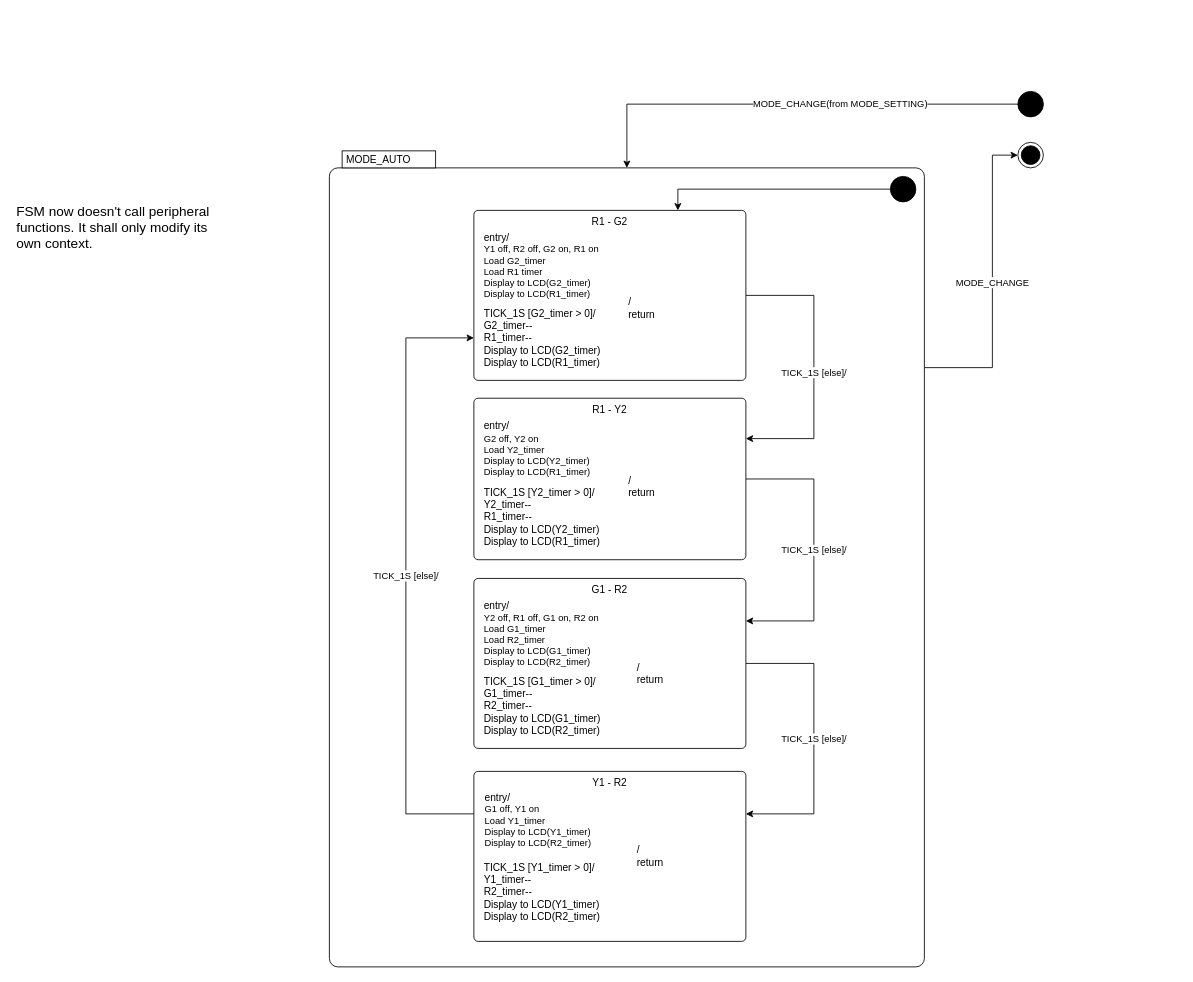
The draw.io diagram page "fsm_auto_uml" (4 of 7) of Drafts/traffic_fsm.drawio in trananhtuhcmut/traffic_light_mcmp-assignment, before the edit. Source tidied: cells renumbered, new cells numbered last; positions are measured from the earlier drawing's top-left corner, leaving out a move shared by most shapes. Both pictures are drawn from the tidied source at 85%, with x=0, y=0 at pixel (14, 91).
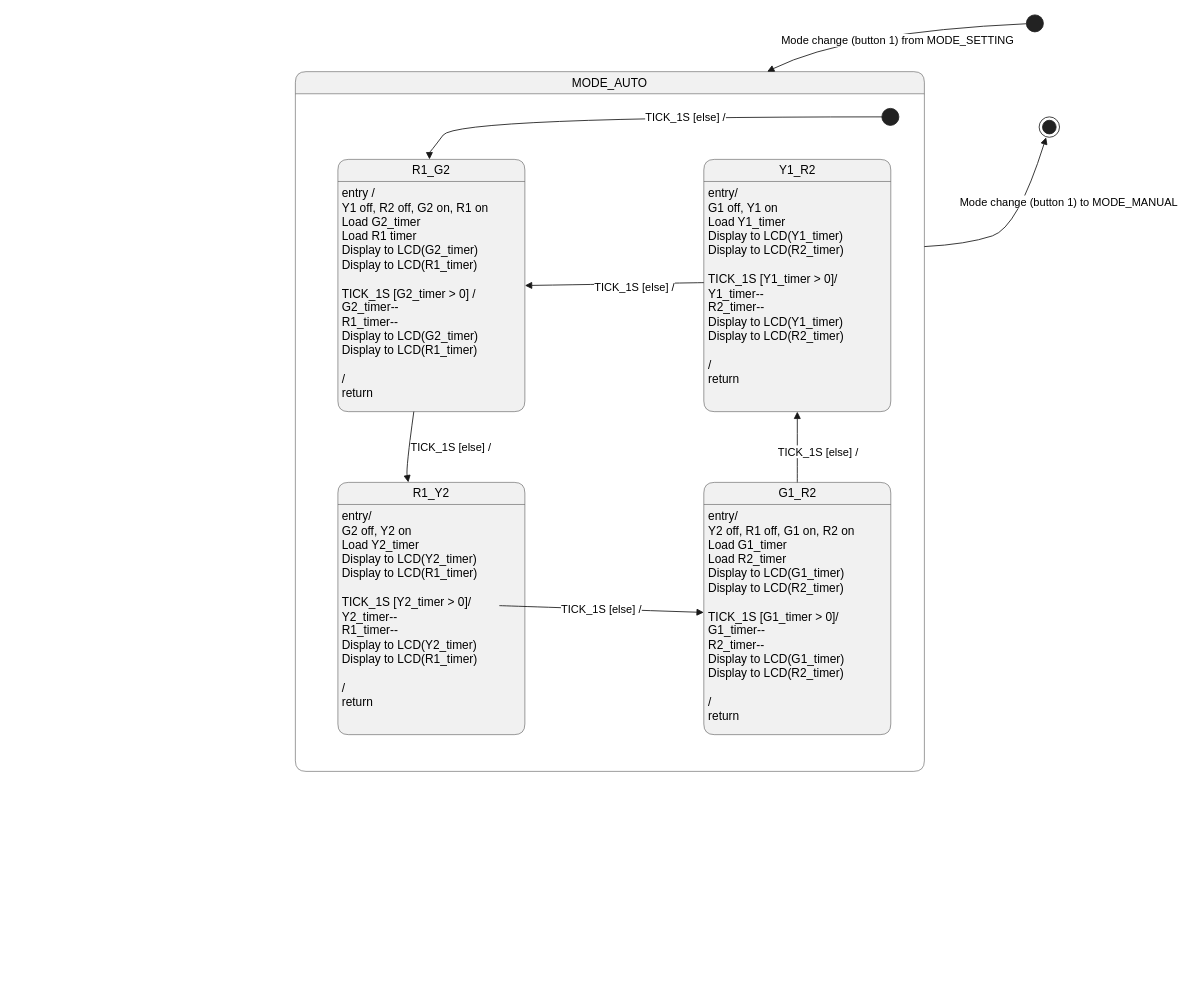
Above is the later version.

The edit, as a diff of the source:
```diff
@@
-    <mxCell id="2" value="MODE_CHANGE" style="edgeStyle=orthogonalEdgeStyle;rounded=0;jettySize=auto;html=1;exitX=1;exitY=0.25;exitDx=0;exitDy=15;exitPerimeter=0;entryX=0;entryY=0.5;entryDx=0;entryDy=0;defaultLabelBackgroundColor=page;" parent="1" edge="1" source="3" target="12">
-      <mxGeometry relative="1" as="geometry">
-        <Array as="points">
-          <mxPoint x="1150" y="325" />
-          <mxPoint x="1150" y="75" />
-        </Array>
-      </mxGeometry>
-    </mxCell>
+    <mxCell id="34" style="group;transparentBounds=1;editIcon=1;lockedGroup=0;groupPadding=10 159 10 10;" parent="1" vertex="1">
+      <mxGeometry x="360" y="20" as="geometry" />
+    </mxCell>
+    <mxCell id="35" style="ellipse;fillColor=#222222;strokeColor=#222222;" parent="34" vertex="1">
+      <mxGeometry x="830" y="-110" width="20" height="20" as="geometry" />
+    </mxCell>
-    <mxCell id="3" value="MODE_AUTO" style="shape=mxgraph.sysml.compState;html=1;align=left;verticalAlign=top;spacingTop=-3;spacingLeft=18;" parent="1" vertex="1">
-      <mxGeometry x="370" y="70" width="700" height="960" as="geometry" />
+    <mxCell id="3" value="MODE_AUTO" style="swimlane;startSize=26;fillColor=#F1F1F1;swimlaneFillColor=#FFFFFF;strokeColor=#181818;strokeWidth=0.5;rounded=1;absoluteArcSize=1;arcSize=25;whiteSpace=wrap;align=center;html=1;fontSize=14;fontStyle=0;" parent="34" vertex="1">
+      <mxGeometry x="-30" y="-43.2" width="740" height="823.2" as="geometry" />
     </mxCell>
-    <mxCell id="4" style="ellipse;fillColor=strokeColor;html=1;" parent="1" vertex="1">
-      <mxGeometry x="1030" y="100" width="30" height="30" as="geometry" />
-    </mxCell>
-    <mxCell id="5" style="edgeStyle=orthogonalEdgeStyle;rounded=0;jettySize=auto;html=1;exitX=0;exitY=0.5;exitDx=0;exitDy=0;entryX=0.75;entryY=0;entryDx=0;entryDy=0;defaultLabelBackgroundColor=page;align=left;" parent="1" edge="1" source="4" target="14">
-      <mxGeometry x="0.57" y="-15" relative="1" as="geometry" />
-    </mxCell>
-    <mxCell id="6" value="TICK_1S [else]/" style="edgeStyle=orthogonalEdgeStyle;rounded=0;jettySize=auto;html=1;exitX=1;exitY=0.5;exitDx=0;exitDy=0;entryX=1;entryY=0.25;entryDx=0;entryDy=0;defaultLabelBackgroundColor=page;" parent="1" edge="1" source="14" target="19">
-      <mxGeometry x="0.04" relative="1" as="geometry">
-        <Array as="points">
-          <mxPoint x="940" y="240" />
-          <mxPoint x="940" y="408.3" />
-        </Array>
-      </mxGeometry>
-    </mxCell>
-    <mxCell id="7" value="TICK_1S [else]/" style="edgeStyle=orthogonalEdgeStyle;rounded=0;jettySize=auto;html=1;exitX=1;exitY=0.5;exitDx=0;exitDy=0;entryX=1;entryY=0.25;entryDx=0;entryDy=0;defaultLabelBackgroundColor=page;" parent="1" edge="1" source="19" target="24">
-      <mxGeometry relative="1" as="geometry">
-        <Array as="points">
-          <mxPoint x="940" y="456" />
-          <mxPoint x="940" y="623" />
-        </Array>
-      </mxGeometry>
-    </mxCell>
-    <mxCell id="8" value="TICK_1S [else]/" style="edgeStyle=orthogonalEdgeStyle;rounded=0;jettySize=auto;html=1;exitX=1;exitY=0.5;exitDx=0;exitDy=0;entryX=1;entryY=0.25;entryDx=0;entryDy=0;defaultLabelBackgroundColor=page;" parent="1" edge="1" source="24" target="29">
-      <mxGeometry relative="1" as="geometry">
-        <Array as="points">
-          <mxPoint x="940" y="673" />
-          <mxPoint x="940" y="850" />
-        </Array>
-      </mxGeometry>
-    </mxCell>
-    <mxCell id="9" value="TICK_1S [else]/" style="edgeStyle=orthogonalEdgeStyle;rounded=0;jettySize=auto;html=1;exitX=0;exitY=0.25;exitDx=0;exitDy=0;entryX=0;entryY=0.75;entryDx=0;entryDy=0;defaultLabelBackgroundColor=page;" parent="1" edge="1" source="29" target="14">
-      <mxGeometry relative="1" as="geometry">
-        <Array as="points">
-          <mxPoint x="460" y="850" />
-          <mxPoint x="460" y="290" />
-        </Array>
-      </mxGeometry>
-    </mxCell>
-    <mxCell id="10" style="ellipse;fillColor=strokeColor;html=1;" parent="1" vertex="1">
-      <mxGeometry x="1180" width="30" height="30" as="geometry" />
-    </mxCell>
-    <mxCell id="11" value="&lt;span style=&quot;text-align: left;&quot;&gt;MODE_CHANGE(from MODE_SETTING)&lt;/span&gt;" style="edgeStyle=orthogonalEdgeStyle;rounded=0;jettySize=auto;html=1;entryX=0.5;entryY=0;entryDx=0;entryDy=20;entryPerimeter=0;defaultLabelBackgroundColor=page;" parent="1" edge="1" source="10" target="3">
-      <mxGeometry x="-0.22" relative="1" as="geometry" />
-    </mxCell>
-    <mxCell id="12" style="ellipse;html=1;shape=endState;fillColor=strokeColor;" parent="1" vertex="1">
-      <mxGeometry x="1180" y="60" width="30" height="30" as="geometry" />
-    </mxCell>
-    <mxCell id="13" style="group;" parent="1" vertex="1">
-      <mxGeometry x="540" y="140" width="320" height="200" as="geometry" />
-    </mxCell>
-    <mxCell id="14" value="R1 - G2" style="html=1;align=center;verticalAlign=top;rounded=1;absoluteArcSize=1;arcSize=10;dashed=0;whiteSpace=wrap;" parent="13" vertex="1">
-      <mxGeometry width="320" height="200" as="geometry" />
-    </mxCell>
-    <mxCell id="15" value="TICK_1S [G2_timer &amp;gt; 0]/&lt;div&gt;G2_timer--&lt;/div&gt;&lt;div&gt;R1_timer--&lt;/div&gt;&lt;div&gt;Display to LCD(G2_timer)&lt;/div&gt;&lt;div&gt;Display to LCD(R1_timer)&lt;/div&gt;" style="text;html=1;whiteSpace=wrap;strokeColor=none;fillColor=none;align=left;verticalAlign=middle;rounded=0;" parent="13" vertex="1">
-      <mxGeometry x="10" y="110" width="150" height="80" as="geometry" />
-    </mxCell>
-    <mxCell id="16" value="entry/&lt;div&gt;&lt;div style=&quot;font-size: 11px; white-space: nowrap;&quot;&gt;Y1 off, R2 off, G2 on, R1 on&lt;/div&gt;&lt;div style=&quot;font-size: 11px; white-space: nowrap;&quot;&gt;Load G2_timer&lt;/div&gt;&lt;div style=&quot;font-size: 11px; white-space: nowrap;&quot;&gt;Load R1 timer&lt;/div&gt;&lt;div style=&quot;font-size: 11px; white-space: nowrap;&quot;&gt;Display to LCD(G2_timer)&lt;/div&gt;&lt;div style=&quot;font-size: 11px; white-space: nowrap;&quot;&gt;Display to LCD(R1_timer)&lt;/div&gt;&lt;/div&gt;" style="text;html=1;whiteSpace=wrap;strokeColor=none;fillColor=none;align=left;verticalAlign=middle;rounded=0;" parent="13" vertex="1">
-      <mxGeometry x="10" y="20" width="130" height="90" as="geometry" />
-    </mxCell>
-    <mxCell id="17" value="/&lt;div&gt;return&lt;/div&gt;" style="text;html=1;whiteSpace=wrap;strokeColor=none;fillColor=none;align=left;verticalAlign=middle;rounded=0;" parent="13" vertex="1">
-      <mxGeometry x="180" y="100" width="60" height="30" as="geometry" />
-    </mxCell>
-    <mxCell id="18" style="group;" parent="1" vertex="1">
-      <mxGeometry x="540" y="361" width="320" height="190" as="geometry" />
-    </mxCell>
-    <mxCell id="19" value="R1 - Y2" style="html=1;align=center;verticalAlign=top;rounded=1;absoluteArcSize=1;arcSize=10;dashed=0;whiteSpace=wrap;" parent="18" vertex="1">
-      <mxGeometry width="320" height="190" as="geometry" />
-    </mxCell>
-    <mxCell id="20" value="TICK_1S [Y2_timer &amp;gt; 0]/&lt;div&gt;Y2_timer--&lt;/div&gt;&lt;div&gt;R1_timer--&lt;/div&gt;&lt;div&gt;Display to LCD(Y2_timer)&lt;/div&gt;&lt;div&gt;Display to LCD(R1_timer)&lt;/div&gt;" style="text;html=1;whiteSpace=wrap;strokeColor=none;fillColor=none;align=left;verticalAlign=middle;rounded=0;" parent="18" vertex="1">
-      <mxGeometry x="10" y="100" width="150" height="80" as="geometry" />
-    </mxCell>
-    <mxCell id="21" value="entry/&lt;div&gt;&lt;span style=&quot;font-size: 11px; white-space: nowrap; background-color: transparent; color: light-dark(#000000, var(--ge-light-color, #ffffff));&quot;&gt;G2 off, Y2 on&lt;/span&gt;&lt;div style=&quot;font-size: 11px; white-space: nowrap;&quot;&gt;Load Y2_timer&lt;/div&gt;&lt;div style=&quot;font-size: 11px; white-space: nowrap;&quot;&gt;Display to LCD(Y2_timer)&lt;/div&gt;&lt;div style=&quot;font-size: 11px; white-space: nowrap;&quot;&gt;Display to LCD(R1_timer)&lt;/div&gt;&lt;/div&gt;" style="text;html=1;whiteSpace=wrap;strokeColor=none;fillColor=none;align=left;verticalAlign=middle;rounded=0;" parent="18" vertex="1">
-      <mxGeometry x="10" y="20" width="130" height="80" as="geometry" />
-    </mxCell>
-    <mxCell id="22" value="/&lt;div&gt;return&lt;/div&gt;" style="text;html=1;whiteSpace=wrap;strokeColor=none;fillColor=none;align=left;verticalAlign=middle;rounded=0;" parent="18" vertex="1">
-      <mxGeometry x="180" y="89" width="60" height="30" as="geometry" />
-    </mxCell>
-    <mxCell id="23" style="group;" parent="1" vertex="1">
-      <mxGeometry x="540" y="573" width="320" height="200" as="geometry" />
-    </mxCell>
-    <mxCell id="24" value="G1 - R2" style="html=1;align=center;verticalAlign=top;rounded=1;absoluteArcSize=1;arcSize=10;dashed=0;whiteSpace=wrap;" parent="23" vertex="1">
-      <mxGeometry width="320" height="200" as="geometry" />
-    </mxCell>
-    <mxCell id="25" value="TICK_1S [G1_timer &amp;gt; 0]/&lt;div&gt;G1_timer--&lt;/div&gt;&lt;div&gt;R2_timer--&lt;/div&gt;&lt;div&gt;Display to LCD(G1_timer)&lt;/div&gt;&lt;div&gt;Display to LCD(R2_timer)&lt;/div&gt;" style="text;html=1;whiteSpace=wrap;strokeColor=none;fillColor=none;align=left;verticalAlign=middle;rounded=0;" parent="23" vertex="1">
-      <mxGeometry x="10" y="105" width="150" height="90" as="geometry" />
-    </mxCell>
-    <mxCell id="26" value="entry/&lt;div&gt;&lt;div style=&quot;font-size: 11px; white-space: nowrap;&quot;&gt;Y2 off, R1 off, G1 on, R2 on&lt;/div&gt;&lt;div style=&quot;font-size: 11px; white-space: nowrap;&quot;&gt;Load G1_timer&lt;/div&gt;&lt;div style=&quot;font-size: 11px; white-space: nowrap;&quot;&gt;Load R2_timer&lt;/div&gt;&lt;div style=&quot;font-size: 11px; white-space: nowrap;&quot;&gt;Display to LCD(G1_timer)&lt;/div&gt;&lt;div style=&quot;font-size: 11px; white-space: nowrap;&quot;&gt;Display to LCD(R2_timer)&lt;/div&gt;&lt;/div&gt;" style="text;html=1;whiteSpace=wrap;strokeColor=none;fillColor=none;align=left;verticalAlign=middle;rounded=0;" parent="23" vertex="1">
-      <mxGeometry x="10" y="25" width="130" height="80" as="geometry" />
-    </mxCell>
-    <mxCell id="27" value="/&lt;div&gt;return&lt;/div&gt;" style="text;html=1;whiteSpace=wrap;strokeColor=none;fillColor=none;align=left;verticalAlign=middle;rounded=0;" parent="23" vertex="1">
-      <mxGeometry x="190" y="97" width="60" height="30" as="geometry" />
-    </mxCell>
-    <mxCell id="28" style="group;" parent="1" vertex="1">
-      <mxGeometry x="540" y="800" width="320" height="200" as="geometry" />
-    </mxCell>
-    <mxCell id="29" value="Y1 - R2" style="html=1;align=center;verticalAlign=top;rounded=1;absoluteArcSize=1;arcSize=10;dashed=0;whiteSpace=wrap;" parent="28" vertex="1">
-      <mxGeometry width="320" height="200" as="geometry" />
-    </mxCell>
-    <mxCell id="30" value="TICK_1S [Y1_timer &amp;gt; 0]/&lt;div&gt;Y1_timer--&lt;/div&gt;&lt;div&gt;R2_timer--&lt;/div&gt;&lt;div&gt;Display to LCD(Y1_timer)&lt;/div&gt;&lt;div&gt;Display to LCD(R2_timer)&lt;/div&gt;" style="text;html=1;whiteSpace=wrap;strokeColor=none;fillColor=none;align=left;verticalAlign=middle;rounded=0;" parent="28" vertex="1">
-      <mxGeometry x="10" y="97" width="150" height="90" as="geometry" />
-    </mxCell>
-    <mxCell id="31" value="entry/&lt;div&gt;&lt;div style=&quot;font-size: 11px; white-space: nowrap;&quot;&gt;G1 off, Y1 on&lt;/div&gt;&lt;div style=&quot;font-size: 11px; white-space: nowrap;&quot;&gt;Load Y1_timer&lt;/div&gt;&lt;div style=&quot;font-size: 11px; white-space: nowrap;&quot;&gt;Display to LCD(Y1_timer)&lt;/div&gt;&lt;div style=&quot;font-size: 11px; white-space: nowrap;&quot;&gt;Display to LCD(R2_timer)&lt;/div&gt;&lt;/div&gt;" style="text;html=1;whiteSpace=wrap;strokeColor=none;fillColor=none;align=left;verticalAlign=middle;rounded=0;" parent="28" vertex="1">
-      <mxGeometry x="11" y="17" width="130" height="80" as="geometry" />
-    </mxCell>
-    <mxCell id="32" value="/&lt;div&gt;return&lt;/div&gt;" style="text;html=1;whiteSpace=wrap;strokeColor=none;fillColor=none;align=left;verticalAlign=middle;rounded=0;" parent="28" vertex="1">
-      <mxGeometry x="190" y="85" width="60" height="30" as="geometry" />
-    </mxCell>
-    <mxCell id="33" value="FSM now doesn't call peripheral functions. It shall only modify its own context." style="text;html=1;whiteSpace=wrap;strokeColor=none;fillColor=none;align=left;verticalAlign=middle;rounded=0;fontSize=16;" parent="1" vertex="1">
-      <mxGeometry y="100" width="250" height="120" as="geometry" />
-    </mxCell>
+    <mxCell id="36" style="ellipse;fillColor=#222222;strokeColor=#222222;" parent="3" vertex="1">
+      <mxGeometry x="690" y="43.2" width="20" height="20" as="geometry" />
+    </mxCell>
+    <mxCell id="37" value="R1_G2" style="swimlane;startSize=26;whiteSpace=wrap;align=center;html=1;fontSize=14;fontStyle=0;rounded=1;absoluteArcSize=1;arcSize=25;fillColor=#F1F1F1;swimlaneFillColor=#F1F1F1;strokeColor=#181818;strokeWidth=0.5;" parent="3" vertex="1">
+      <mxGeometry x="50" y="103.2" width="220" height="296.8" as="geometry" />
+    </mxCell>
+    <mxCell id="38" value="entry /&#10;Y1 off, R2 off, G2 on, R1 on&#10;Load G2_timer&#10;Load R1 timer&#10;Display to LCD(G2_timer)&#10;Display to LCD(R1_timer)&#10;&#10;TICK_1S [G2_timer &amp;gt; 0] /&#10;G2_timer--&#10;R1_timer--&#10;Display to LCD(G2_timer)&#10;Display to LCD(R1_timer)&#10;&#10;/&#10;return" style="text;align=left;verticalAlign=top;spacingLeft=3;spacingTop=-1;whiteSpace=wrap;fillColor=none;strokeColor=none;html=1;fontSize=14;" parent="37" vertex="1">
+      <mxGeometry y="26" width="209" height="254" as="geometry" />
+    </mxCell>
+    <mxCell id="39" value="R1_Y2" style="swimlane;startSize=26;whiteSpace=wrap;align=center;html=1;fontSize=14;fontStyle=0;rounded=1;absoluteArcSize=1;arcSize=25;fillColor=#F1F1F1;swimlaneFillColor=#F1F1F1;strokeColor=#181818;strokeWidth=0.5;" parent="3" vertex="1">
+      <mxGeometry x="50" y="483.2" width="220" height="296.8" as="geometry" />
+    </mxCell>
+    <mxCell id="40" value="entry/&#10;G2 off, Y2 on&#10;Load Y2_timer&#10;Display to LCD(Y2_timer)&#10;Display to LCD(R1_timer)&#10;&#10;TICK_1S [Y2_timer &amp;gt; 0]/&#10;Y2_timer--&#10;R1_timer--&#10;Display to LCD(Y2_timer)&#10;Display to LCD(R1_timer)&#10;&#10;/&#10;return" style="text;align=left;verticalAlign=top;spacingLeft=3;spacingTop=-1;whiteSpace=wrap;fillColor=none;strokeColor=none;html=1;fontSize=14;" parent="39" vertex="1">
+      <mxGeometry y="26" width="190" height="238" as="geometry" />
+    </mxCell>
+    <mxCell id="41" value="G1_R2" style="swimlane;startSize=26;whiteSpace=wrap;align=center;html=1;fontSize=14;fontStyle=0;rounded=1;absoluteArcSize=1;arcSize=25;fillColor=#F1F1F1;swimlaneFillColor=#F1F1F1;strokeColor=#181818;strokeWidth=0.5;" parent="3" vertex="1">
+      <mxGeometry x="480.5" y="483.2" width="220" height="296.8" as="geometry" />
+    </mxCell>
+    <mxCell id="42" value="entry/&#10;Y2 off, R1 off, G1 on, R2 on&#10;Load G1_timer&#10;Load R2_timer&#10;Display to LCD(G1_timer)&#10;Display to LCD(R2_timer)&#10;&#10;TICK_1S [G1_timer &amp;gt; 0]/&#10;G1_timer--&#10;R2_timer--&#10;Display to LCD(G1_timer)&#10;Display to LCD(R2_timer)&#10;&#10;/&#10;return" style="text;align=left;verticalAlign=top;spacingLeft=3;spacingTop=-1;whiteSpace=wrap;fillColor=none;strokeColor=none;html=1;fontSize=14;" parent="41" vertex="1">
+      <mxGeometry y="26" width="209" height="254" as="geometry" />
+    </mxCell>
+    <mxCell id="43" value="Y1_R2" style="swimlane;startSize=26;whiteSpace=wrap;align=center;html=1;fontSize=14;fontStyle=0;rounded=1;absoluteArcSize=1;arcSize=25;fillColor=#F1F1F1;swimlaneFillColor=#F1F1F1;strokeColor=#181818;strokeWidth=0.5;" parent="3" vertex="1">
+      <mxGeometry x="480.5" y="103.2" width="220" height="296.8" as="geometry" />
+    </mxCell>
+    <mxCell id="44" value="entry/&#10;G1 off, Y1 on&#10;Load Y1_timer&#10;Display to LCD(Y1_timer)&#10;Display to LCD(R2_timer)&#10;&#10;TICK_1S [Y1_timer &amp;gt; 0]/&#10;Y1_timer--&#10;R2_timer--&#10;Display to LCD(Y1_timer)&#10;Display to LCD(R2_timer)&#10;&#10;/&#10;return" style="text;align=left;verticalAlign=top;spacingLeft=3;spacingTop=-1;whiteSpace=wrap;fillColor=none;strokeColor=none;html=1;fontSize=14;" parent="43" vertex="1">
+      <mxGeometry y="26" width="190" height="238" as="geometry" />
+    </mxCell>
+    <mxCell id="45" value="TICK_1S [else] /" style="endArrow=block;endFill=1;strokeColor=#181818;fontColor=#000000;fontSize=13;html=1;rounded=0;labelPosition=right;align=left;curved=1;endSize=6;sourcePerimeterSpacing=0;targetPerimeterSpacing=0;" parent="3" edge="1" source="36" target="37">
+      <mxGeometry relative="1" as="geometry">
+        <Array as="points">
+          <mxPoint x="190" y="53.2" />
+          <mxPoint x="157.7" y="96" />
+        </Array>
+      </mxGeometry>
+    </mxCell>
+    <mxCell id="46" value="TICK_1S [else] /" style="endArrow=block;endFill=1;strokeColor=#181818;fontColor=#000000;fontSize=13;html=1;rounded=0;labelPosition=right;align=left;curved=1;endSize=6;sourcePerimeterSpacing=0;targetPerimeterSpacing=0;" parent="3" edge="1" source="37" target="39">
+      <mxGeometry relative="1" as="geometry">
+        <Array as="points">
+          <mxPoint x="130" y="467.2" />
+        </Array>
+      </mxGeometry>
+    </mxCell>
+    <mxCell id="47" value="TICK_1S [else] /" style="endArrow=block;endFill=1;strokeColor=#181818;fontColor=#000000;fontSize=13;html=1;rounded=0;labelPosition=right;align=left;curved=1;endSize=6;sourcePerimeterSpacing=0;targetPerimeterSpacing=0;exitX=0;exitY=0.5;exitDx=0;exitDy=0;entryX=1;entryY=0.5;entryDx=0;entryDy=0;" parent="3" edge="1" source="44" target="37">
+      <mxGeometry x="0.24" y="3" relative="1" as="geometry" />
+    </mxCell>
+    <mxCell id="48" value="TICK_1S [else] /" style="endArrow=block;endFill=1;strokeColor=#181818;fontColor=#000000;fontSize=13;html=1;rounded=0;labelPosition=right;align=left;curved=1;endSize=6;sourcePerimeterSpacing=0;targetPerimeterSpacing=0;exitX=1;exitY=0.5;exitDx=0;exitDy=0;entryX=0;entryY=0.5;entryDx=0;entryDy=0;" parent="3" edge="1" source="40" target="42">
+      <mxGeometry x="-0.41" y="-1.71" relative="1" as="geometry" />
+    </mxCell>
+    <mxCell id="49" value="TICK_1S [else] /" style="endArrow=block;endFill=1;strokeColor=#181818;fontColor=#000000;fontSize=13;html=1;rounded=0;labelPosition=right;align=left;curved=1;endSize=6;sourcePerimeterSpacing=0;targetPerimeterSpacing=0;exitX=0.5;exitY=0;exitDx=0;exitDy=0;entryX=0.5;entryY=1;entryDx=0;entryDy=0;" parent="3" edge="1" source="41" target="43">
+      <mxGeometry x="-0.14" y="24.47" relative="1" as="geometry" />
+    </mxCell>
+    <mxCell id="50" style="shape=endState;fillColor=#222222;strokeColor=#222222;" parent="34" vertex="1">
+      <mxGeometry x="845" y="10" width="24" height="24" as="geometry" />
+    </mxCell>
+    <mxCell id="51" value="Mode change (button 1) from MODE_SETTING" style="endArrow=block;endFill=1;strokeColor=#181818;fontColor=#000000;fontSize=13;html=1;rounded=0;labelPosition=right;align=left;curved=1;endSize=6;sourcePerimeterSpacing=0;targetPerimeterSpacing=0;entryX=0.75;entryY=0;entryDx=0;entryDy=0;" parent="34" edge="1" source="35" target="3">
+      <mxGeometry x="0.81" y="-26" relative="1" as="geometry">
+        <Array as="points">
+          <mxPoint x="620" y="-90" />
+        </Array>
+        <mxPoint x="-1" as="offset" />
+      </mxGeometry>
+    </mxCell>
+    <mxCell id="52" value="Mode change (button 1) to MODE_MANUAL" style="endArrow=block;endFill=1;strokeColor=#181818;fontColor=#000000;fontSize=13;html=1;rounded=0;labelPosition=right;align=left;curved=1;endSize=6;sourcePerimeterSpacing=0;targetPerimeterSpacing=0;exitX=1;exitY=0.25;exitDx=0;exitDy=0;" parent="34" edge="1" source="3" target="50">
+      <mxGeometry x="-0.62" y="50" relative="1" as="geometry">
+        <Array as="points">
+          <mxPoint x="760" y="160" />
+          <mxPoint x="820" y="140" />
+        </Array>
+      </mxGeometry>
+    </mxCell>
```
